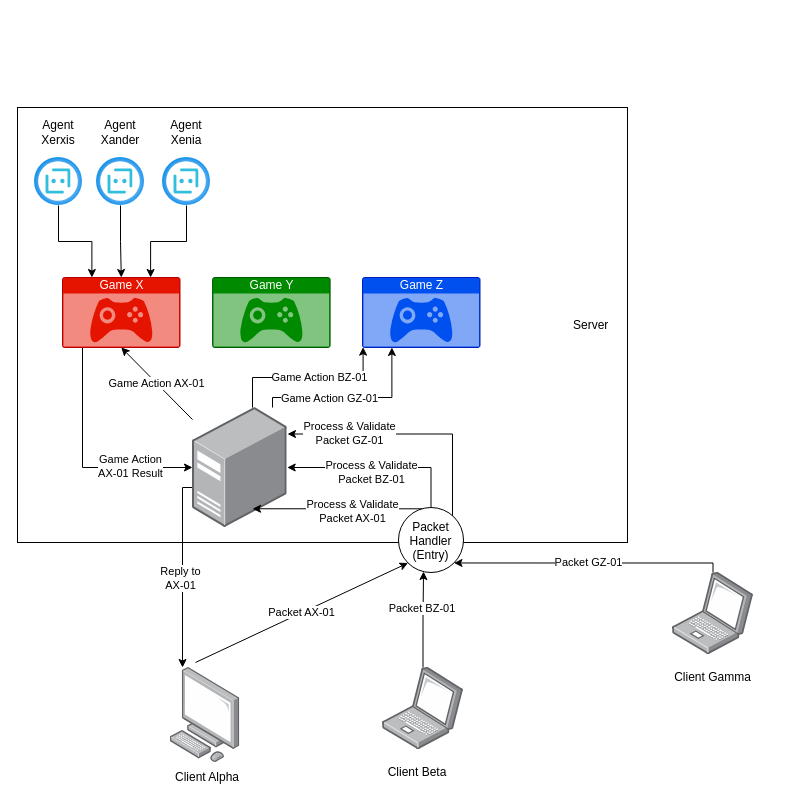
Earlier version of the draw.io diagram Documentation/Drawio/GeneralArchitecture.drawio (GeorgeVelikov/RLereWolf). Source tidied: cells renumbered, new cells numbered last; positions are measured from the earlier drawing's top-left corner, leaving out a move shared by most shapes. Both pictures are drawn from the tidied source at 100%, with x=0, y=0 at pixel (17, 107).
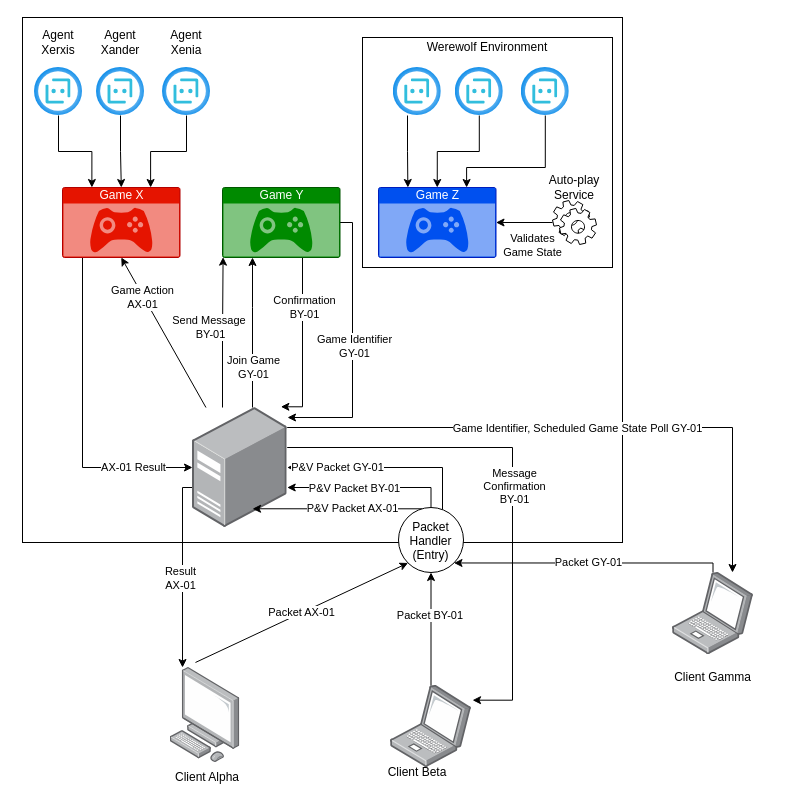
The same page after the edit.

Commit message:
Update General Architecture chart

Unchanged cells that the change refers to:
```xml
<mxCell id="5" style="edgeStyle=orthogonalEdgeStyle;rounded=0;jettySize=auto;html=1;entryX=0.179;entryY=0;entryDx=0;entryDy=0;entryPerimeter=0;" parent="1" edge="1" source="11" target="12">
  <mxGeometry relative="1" as="geometry">
    <Array as="points">
      <mxPoint x="165" y="380" />
    </Array>
  </mxGeometry>
</mxCell>
<mxCell id="11" style="points=[];html=1;align=center;shadow=0;dashed=0;image;image=img/lib/allied_telesis/computer_and_terminals/Server_Desktop.svg;" parent="1" vertex="1">
  <mxGeometry x="175" y="300" width="94.7" height="120" as="geometry" />
</mxCell>
<mxCell id="14" style="edgeStyle=orthogonalEdgeStyle;rounded=0;jettySize=auto;html=1;" parent="1" edge="1" source="16" target="11">
  <mxGeometry relative="1" as="geometry">
    <Array as="points">
      <mxPoint x="65" y="360" />
    </Array>
  </mxGeometry>
</mxCell>
<mxCell id="22" style="edgeStyle=orthogonalEdgeStyle;rounded=0;jettySize=auto;html=1;entryX=0.634;entryY=0.844;entryDx=0;entryDy=0;entryPerimeter=0;" parent="1" edge="1" source="26" target="11">
  <mxGeometry relative="1" as="geometry">
    <Array as="points">
      <mxPoint x="325" y="401" />
    </Array>
  </mxGeometry>
</mxCell>
<mxCell id="26" value="Packet&#10;Handler&#10;(Entry)" style="ellipse;fillColor=#ffffff;strokeColor=#000000;" parent="1" vertex="1">
  <mxGeometry x="381" y="400" width="65" height="65" as="geometry" />
</mxCell>
<mxCell id="39" style="points=[];html=1;align=center;shadow=0;dashed=0;image;image=img/lib/allied_telesis/computer_and_terminals/Laptop.svg;" parent="1" vertex="1">
  <mxGeometry x="655" y="465" width="81" height="82.1" as="geometry" />
</mxCell>
```

What changed in the source:
```diff
@@
-    <mxCell id="2" value="Server&amp;nbsp; &amp;nbsp; &amp;nbsp;" style="rounded=0;whiteSpace=wrap;html=1;align=right;" parent="1" vertex="1">
-      <mxGeometry width="610" height="435" as="geometry" />
+    <mxCell id="2" style="rounded=0;whiteSpace=wrap;html=1;align=right;" parent="1" vertex="1">
+      <mxGeometry x="5" y="-90" width="600" height="525" as="geometry" />
     </mxCell>
+    <mxCell id="41" style="rounded=0;whiteSpace=wrap;html=1;align=center;" parent="1" vertex="1">
+      <mxGeometry x="345" y="-70" width="250" height="230" as="geometry" />
+    </mxCell>
-    <mxCell id="3" value="Packet BZ-01&amp;nbsp;" style="edgeStyle=orthogonalEdgeStyle;rounded=0;jettySize=auto;html=1;entryX=0.385;entryY=0.985;entryDx=0;entryDy=0;entryPerimeter=0;" parent="1" edge="1" source="4" target="26">
+    <mxCell id="3" value="Packet BY-01&amp;nbsp;" style="edgeStyle=orthogonalEdgeStyle;rounded=0;jettySize=auto;html=1;entryX=0.5;entryY=1;entryDx=0;entryDy=0;" parent="1" edge="1" source="4" target="26">
       <mxGeometry x="0.24" relative="1" as="geometry" />
     </mxCell>
     <mxCell id="4" style="points=[];html=1;align=center;shadow=0;dashed=0;image;image=img/lib/allied_telesis/computer_and_terminals/Laptop.svg;" parent="1" vertex="1">
-      <mxGeometry x="365" y="560" width="81" height="82.1" as="geometry" />
+      <mxGeometry x="373" y="577.9" width="81" height="82.1" as="geometry" />
     </mxCell>
@@
-    <mxCell id="6" value="Reply to&lt;br&gt;AX-01" style="edgeLabel;html=1;align=center;verticalAlign=middle;" parent="5" vertex="1">
+    <mxCell id="6" value="Result&lt;br&gt;AX-01" style="edgeLabel;html=1;align=center;verticalAlign=middle;" parent="5" vertex="1">
       <mxGeometry x="-0.25" y="4" relative="1" as="geometry">
         <mxPoint x="-6.5" y="30" as="offset" />
       </mxGeometry>
     </mxCell>
-    <mxCell id="7" style="edgeStyle=orthogonalEdgeStyle;rounded=0;jettySize=auto;html=1;entryX=0.005;entryY=0.995;entryDx=0;entryDy=0;entryPerimeter=0;" parent="1" edge="1" source="11" target="18">
-      <mxGeometry relative="1" as="geometry">
-        <Array as="points">
-          <mxPoint x="235" y="270" />
-          <mxPoint x="346" y="270" />
-        </Array>
-      </mxGeometry>
-    </mxCell>
-    <mxCell id="8" value="Game Action BZ-01" style="edgeLabel;html=1;align=center;verticalAlign=middle;" parent="7" vertex="1">
-      <mxGeometry x="0.12" y="1" relative="1" as="geometry" />
-    </mxCell>
-    <mxCell id="9" style="edgeStyle=orthogonalEdgeStyle;rounded=0;jettySize=auto;html=1;entryX=0.25;entryY=1;entryDx=0;entryDy=0;entryPerimeter=0;" parent="1" edge="1" source="11" target="18">
-      <mxGeometry relative="1" as="geometry">
-        <Array as="points">
-          <mxPoint x="255" y="290" />
-          <mxPoint x="374" y="290" />
-        </Array>
-      </mxGeometry>
-    </mxCell>
-    <mxCell id="10" value="Game Action GZ-01" style="edgeLabel;html=1;align=center;verticalAlign=middle;" parent="9" vertex="1">
-      <mxGeometry x="0.12" relative="1" as="geometry">
-        <mxPoint x="-33.2" as="offset" />
-      </mxGeometry>
-    </mxCell>
+    <mxCell id="42" style="edgeStyle=orthogonalEdgeStyle;rounded=0;jettySize=auto;html=1;entryX=0.005;entryY=0.995;entryDx=0;entryDy=0;entryPerimeter=0;" parent="1" edge="1" source="11" target="17">
+      <mxGeometry relative="1" as="geometry">
+        <Array as="points">
+          <mxPoint x="205" y="230" />
+          <mxPoint x="206" y="230" />
+        </Array>
+      </mxGeometry>
+    </mxCell>
+    <mxCell id="43" value="Send Message&amp;nbsp;&lt;br&gt;BY-01" style="edgeLabel;html=1;align=center;verticalAlign=middle;" parent="42" vertex="1">
+      <mxGeometry x="0.3" y="-1" relative="1" as="geometry">
+        <mxPoint x="-13.6" y="17.5" as="offset" />
+      </mxGeometry>
+    </mxCell>
+    <mxCell id="44" style="edgeStyle=orthogonalEdgeStyle;rounded=0;jettySize=auto;html=1;" parent="1" edge="1" source="11" target="17">
+      <mxGeometry relative="1" as="geometry">
+        <Array as="points">
+          <mxPoint x="235" y="200" />
+          <mxPoint x="235" y="200" />
+        </Array>
+      </mxGeometry>
+    </mxCell>
+    <mxCell id="45" value="Join Game&lt;br&gt;GY-01" style="edgeLabel;html=1;align=center;verticalAlign=middle;" parent="44" vertex="1">
+      <mxGeometry x="0.1" y="2" relative="1" as="geometry">
+        <mxPoint x="2" y="42.4" as="offset" />
+      </mxGeometry>
+    </mxCell>
+    <mxCell id="46" style="edgeStyle=orthogonalEdgeStyle;rounded=0;jettySize=auto;html=1;" parent="1" edge="1" source="11" target="39">
+      <mxGeometry relative="1" as="geometry">
+        <Array as="points">
+          <mxPoint x="715" y="320" />
+        </Array>
+      </mxGeometry>
+    </mxCell>
+    <mxCell id="47" value="Game Identifier, Scheduled Game State Poll GY-01" style="edgeLabel;html=1;align=center;verticalAlign=middle;" parent="46" vertex="1">
+      <mxGeometry x="-0.02" y="-1" relative="1" as="geometry">
+        <mxPoint x="0.3" y="-1" as="offset" />
+      </mxGeometry>
+    </mxCell>
+    <mxCell id="48" style="edgeStyle=orthogonalEdgeStyle;rounded=0;jettySize=auto;html=1;entryX=1.013;entryY=0.18;entryDx=0;entryDy=0;entryPerimeter=0;" parent="1" edge="1" source="11" target="4">
+      <mxGeometry relative="1" as="geometry">
+        <Array as="points">
+          <mxPoint x="495" y="340" />
+          <mxPoint x="495" y="593" />
+        </Array>
+      </mxGeometry>
+    </mxCell>
+    <mxCell id="49" value="Message&lt;br&gt;Confirmation&lt;br&gt;BY-01" style="edgeLabel;html=1;align=center;verticalAlign=middle;" parent="48" vertex="1">
+      <mxGeometry x="-0.08" y="1" relative="1" as="geometry">
+        <mxPoint y="26.2" as="offset" />
+      </mxGeometry>
+    </mxCell>
@@
-    <mxCell id="15" value="Game Action&lt;br&gt;AX-01 Result" style="edgeLabel;html=1;align=center;verticalAlign=middle;" parent="14" vertex="1">
+    <mxCell id="15" value="AX-01 Result" style="edgeLabel;html=1;align=center;verticalAlign=middle;" parent="14" vertex="1">
       <mxGeometry x="0.27" y="3" relative="1" as="geometry">
-        <mxPoint x="21" y="1" as="offset" />
+        <mxPoint x="47" y="6.7" as="offset" />
       </mxGeometry>
     </mxCell>
     <mxCell id="16" value="Game X" style="html=1;strokeColor=#B20000;fillColor=#e51400;labelPosition=center;verticalLabelPosition=middle;verticalAlign=top;align=center;fontSize=12;outlineConnect=0;spacingTop=-6;fontColor=#ffffff;shape=mxgraph.sitemap.game;" parent="1" vertex="1">
-      <mxGeometry x="45" y="170" width="117.5" height="70" as="geometry" />
+      <mxGeometry x="45" y="80" width="117.5" height="70" as="geometry" />
     </mxCell>
+    <mxCell id="50" style="edgeStyle=orthogonalEdgeStyle;rounded=0;jettySize=auto;html=1;entryX=0.933;entryY=-0.006;entryDx=0;entryDy=0;entryPerimeter=0;" parent="1" edge="1" source="17" target="11">
+      <mxGeometry relative="1" as="geometry">
+        <Array as="points">
+          <mxPoint x="285" y="299" />
+        </Array>
+      </mxGeometry>
+    </mxCell>
+    <mxCell id="51" value="Confirmation&lt;br&gt;BY-01" style="edgeLabel;html=1;align=center;verticalAlign=middle;" parent="50" vertex="1">
+      <mxGeometry x="-0.07" y="1" relative="1" as="geometry">
+        <mxPoint y="-30" as="offset" />
+      </mxGeometry>
+    </mxCell>
+    <mxCell id="52" style="edgeStyle=orthogonalEdgeStyle;rounded=0;jettySize=auto;html=1;" parent="1" edge="1" source="17">
+      <mxGeometry relative="1" as="geometry">
+        <mxPoint x="270" y="310" as="targetPoint" />
+        <Array as="points">
+          <mxPoint x="335" y="115" />
+          <mxPoint x="335" y="310" />
+          <mxPoint x="270" y="310" />
+        </Array>
+      </mxGeometry>
+    </mxCell>
+    <mxCell id="53" value="Game Identifier&lt;br&gt;GY-01" style="edgeLabel;html=1;align=center;verticalAlign=middle;" parent="52" vertex="1">
+      <mxGeometry y="1" relative="1" as="geometry" />
+    </mxCell>
     <mxCell id="17" value="Game Y" style="html=1;strokeColor=#005700;fillColor=#008a00;labelPosition=center;verticalLabelPosition=middle;verticalAlign=top;align=center;fontSize=12;outlineConnect=0;spacingTop=-6;fontColor=#ffffff;shape=mxgraph.sitemap.game;" parent="1" vertex="1">
-      <mxGeometry x="195.1" y="170" width="117.5" height="70" as="geometry" />
+      <mxGeometry x="205" y="80" width="117.5" height="70" as="geometry" />
     </mxCell>
     <mxCell id="18" value="Game Z" style="html=1;strokeColor=#001DBC;fillColor=#0050ef;labelPosition=center;verticalLabelPosition=middle;verticalAlign=top;align=center;fontSize=12;outlineConnect=0;spacingTop=-6;shape=mxgraph.sitemap.game;fontColor=#ffffff;" parent="1" vertex="1">
-      <mxGeometry x="345" y="170" width="117.5" height="70" as="geometry" />
+      <mxGeometry x="361" y="80" width="117.5" height="70" as="geometry" />
     </mxCell>
-    <mxCell id="19" value="Game Action AX-01" style="endArrow=classic;html=1;entryX=0.5;entryY=1;entryDx=0;entryDy=0;entryPerimeter=0;" parent="1" edge="1" source="11" target="16">
-      <mxGeometry relative="1" as="geometry" />
+    <mxCell id="19" value="Game Action&lt;br&gt;AX-01" style="endArrow=classic;html=1;entryX=0.5;entryY=1;entryDx=0;entryDy=0;entryPerimeter=0;" parent="1" edge="1" source="11" target="16">
+      <mxGeometry x="0.47" y="1" relative="1" as="geometry" />
     </mxCell>
     <mxCell id="20" style="edgeStyle=orthogonalEdgeStyle;rounded=0;jettySize=auto;html=1;" parent="1" edge="1" source="26" target="11">
       <mxGeometry relative="1" as="geometry">
         <Array as="points">
-          <mxPoint x="414" y="360" />
+          <mxPoint x="414" y="380" />
         </Array>
       </mxGeometry>
     </mxCell>
-    <mxCell id="21" value="Process &amp;amp; Validate&lt;br&gt;Packet BZ-01" style="edgeLabel;html=1;align=center;verticalAlign=middle;" parent="20" vertex="1">
+    <mxCell id="21" value="P&amp;amp;V Packet BY-01" style="edgeLabel;html=1;align=center;verticalAlign=middle;" parent="20" vertex="1">
       <mxGeometry x="0.08" y="4" relative="1" as="geometry">
-        <mxPoint x="-1" as="offset" />
+        <mxPoint x="-9.1" y="-4" as="offset" />
       </mxGeometry>
     </mxCell>
@@
-    <mxCell id="23" value="Process &amp;amp; Validate&lt;br&gt;Packet AX-01" style="edgeLabel;html=1;align=center;verticalAlign=middle;" parent="22" vertex="1">
-      <mxGeometry x="-0.17" y="2" relative="1" as="geometry" />
+    <mxCell id="23" value="P&amp;amp;V Packet AX-01" style="edgeLabel;html=1;align=center;verticalAlign=middle;" parent="22" vertex="1">
+      <mxGeometry x="-0.17" y="2" relative="1" as="geometry">
+        <mxPoint y="-3.3" as="offset" />
+      </mxGeometry>
     </mxCell>
-    <mxCell id="24" style="edgeStyle=orthogonalEdgeStyle;rounded=0;jettySize=auto;html=1;entryX=1.003;entryY=0.221;entryDx=0;entryDy=0;entryPerimeter=0;" parent="1" edge="1" source="26" target="11">
+    <mxCell id="24" style="edgeStyle=orthogonalEdgeStyle;rounded=0;jettySize=auto;html=1;" parent="1" edge="1" source="26" target="11">
       <mxGeometry relative="1" as="geometry">
         <Array as="points">
-          <mxPoint x="435" y="433" />
-          <mxPoint x="435" y="327" />
-          <mxPoint x="270" y="327" />
+          <mxPoint x="425" y="432" />
+          <mxPoint x="425" y="360" />
         </Array>
       </mxGeometry>
     </mxCell>
-    <mxCell id="25" value="Process &amp;amp; Validate&lt;br&gt;Packet GZ-01" style="edgeLabel;html=1;align=center;verticalAlign=middle;" parent="24" vertex="1">
+    <mxCell id="25" value="P&amp;amp;V Packet GY-01" style="edgeLabel;html=1;align=center;verticalAlign=middle;" parent="24" vertex="1">
       <mxGeometry x="0.5" y="-1" relative="1" as="geometry" />
     </mxCell>
@@
     <mxCell id="29" style="html=1;points=[];align=center;image;fontSize=12;image=img/lib/azure2/ai_machine_learning/Bot_Services.svg;" parent="1" vertex="1">
-      <mxGeometry x="17" y="50" width="48" height="48" as="geometry" />
+      <mxGeometry x="17" y="-40" width="48" height="48" as="geometry" />
     </mxCell>
@@
     <mxCell id="31" style="html=1;points=[];align=center;image;fontSize=12;image=img/lib/azure2/ai_machine_learning/Bot_Services.svg;" parent="1" vertex="1">
-      <mxGeometry x="145" y="50" width="48" height="48" as="geometry" />
+      <mxGeometry x="145" y="-40" width="48" height="48" as="geometry" />
     </mxCell>
@@
     <mxCell id="33" style="html=1;points=[];align=center;image;fontSize=12;image=img/lib/azure2/ai_machine_learning/Bot_Services.svg;" parent="1" vertex="1">
-      <mxGeometry x="79" y="50" width="48" height="48" as="geometry" />
+      <mxGeometry x="79" y="-40" width="48" height="48" as="geometry" />
     </mxCell>
     <mxCell id="34" value="Agent Xerxis" style="text;html=1;strokeColor=none;fillColor=none;align=center;verticalAlign=middle;whiteSpace=wrap;rounded=0;" parent="1" vertex="1">
-      <mxGeometry x="12" y="10" width="58" height="30" as="geometry" />
+      <mxGeometry x="12" y="-80" width="58" height="30" as="geometry" />
     </mxCell>
     <mxCell id="35" value="Agent Xander" style="text;html=1;strokeColor=none;fillColor=none;align=center;verticalAlign=middle;whiteSpace=wrap;rounded=0;" parent="1" vertex="1">
-      <mxGeometry x="74" y="10" width="58" height="30" as="geometry" />
+      <mxGeometry x="74" y="-80" width="58" height="30" as="geometry" />
     </mxCell>
     <mxCell id="36" value="Agent Xenia" style="text;html=1;strokeColor=none;fillColor=none;align=center;verticalAlign=middle;whiteSpace=wrap;rounded=0;" parent="1" vertex="1">
-      <mxGeometry x="140" y="10" width="58" height="30" as="geometry" />
+      <mxGeometry x="140" y="-80" width="58" height="30" as="geometry" />
     </mxCell>
@@
-    <mxCell id="38" value="Packet GZ-01" style="edgeStyle=orthogonalEdgeStyle;rounded=0;jettySize=auto;html=1;entryX=1;entryY=1;entryDx=0;entryDy=0;" parent="1" edge="1" source="39" target="26">
+    <mxCell id="38" value="Packet GY-01" style="edgeStyle=orthogonalEdgeStyle;rounded=0;jettySize=auto;html=1;entryX=1;entryY=1;entryDx=0;entryDy=0;" parent="1" edge="1" source="39" target="26">
       <mxGeometry relative="1" as="geometry">
         <Array as="points">
           <mxPoint x="696" y="455" />
         </Array>
       </mxGeometry>
     </mxCell>
@@
+    <mxCell id="54" value="Werewolf Environment" style="text;html=1;strokeColor=none;fillColor=none;align=center;verticalAlign=middle;whiteSpace=wrap;rounded=0;" parent="1" vertex="1">
+      <mxGeometry x="390.9" y="-70" width="158.2" height="20" as="geometry" />
+    </mxCell>
+    <mxCell id="55" style="edgeStyle=orthogonalEdgeStyle;rounded=0;jettySize=auto;html=1;entryX=0.25;entryY=0;entryDx=0;entryDy=0;entryPerimeter=0;" parent="1" edge="1" source="56" target="18">
+      <mxGeometry relative="1" as="geometry">
+        <Array as="points">
+          <mxPoint x="390" y="44" />
+          <mxPoint x="390" y="44" />
+        </Array>
+      </mxGeometry>
+    </mxCell>
+    <mxCell id="56" style="html=1;points=[];align=center;image;fontSize=12;image=img/lib/azure2/ai_machine_learning/Bot_Services.svg;" parent="1" vertex="1">
+      <mxGeometry x="375.8" y="-40" width="48" height="48" as="geometry" />
+    </mxCell>
+    <mxCell id="57" style="edgeStyle=orthogonalEdgeStyle;rounded=0;jettySize=auto;html=1;entryX=0.75;entryY=0;entryDx=0;entryDy=0;entryPerimeter=0;" parent="1" edge="1" source="58" target="18">
+      <mxGeometry relative="1" as="geometry">
+        <Array as="points">
+          <mxPoint x="528" y="60" />
+          <mxPoint x="449" y="60" />
+        </Array>
+      </mxGeometry>
+    </mxCell>
+    <mxCell id="58" style="html=1;points=[];align=center;image;fontSize=12;image=img/lib/azure2/ai_machine_learning/Bot_Services.svg;" parent="1" vertex="1">
+      <mxGeometry x="503.8" y="-40" width="48" height="48" as="geometry" />
+    </mxCell>
+    <mxCell id="59" style="edgeStyle=orthogonalEdgeStyle;rounded=0;jettySize=auto;html=1;entryX=0.5;entryY=0;entryDx=0;entryDy=0;entryPerimeter=0;" parent="1" edge="1" source="60" target="18">
+      <mxGeometry relative="1" as="geometry">
+        <Array as="points">
+          <mxPoint x="462" y="44" />
+          <mxPoint x="420" y="44" />
+        </Array>
+      </mxGeometry>
+    </mxCell>
+    <mxCell id="60" style="html=1;points=[];align=center;image;fontSize=12;image=img/lib/azure2/ai_machine_learning/Bot_Services.svg;" parent="1" vertex="1">
+      <mxGeometry x="437.8" y="-40" width="48" height="48" as="geometry" />
+    </mxCell>
+    <mxCell id="61" style="edgeStyle=orthogonalEdgeStyle;rounded=0;jettySize=auto;html=1;" parent="1" edge="1" source="63" target="18">
+      <mxGeometry relative="1" as="geometry" />
+    </mxCell>
+    <mxCell id="62" value="Validates&lt;br&gt;Game State" style="edgeLabel;html=1;align=center;verticalAlign=middle;" parent="61" vertex="1">
+      <mxGeometry x="-0.34" relative="1" as="geometry">
+        <mxPoint x="-1.6" y="22" as="offset" />
+      </mxGeometry>
+    </mxCell>
+    <mxCell id="63" style="shape=mxgraph.bpmn.service_task;html=1;outlineConnect=0;labelBackgroundColor=none;" parent="1" vertex="1">
+      <mxGeometry x="535" y="93" width="44" height="44" as="geometry" />
+    </mxCell>
+    <mxCell id="64" value="Auto-play&lt;br&gt;Service" style="text;html=1;strokeColor=none;fillColor=none;align=center;verticalAlign=middle;whiteSpace=wrap;rounded=0;labelBackgroundColor=none;" parent="1" vertex="1">
+      <mxGeometry x="527" y="70" width="60" height="20" as="geometry" />
+    </mxCell>
```
